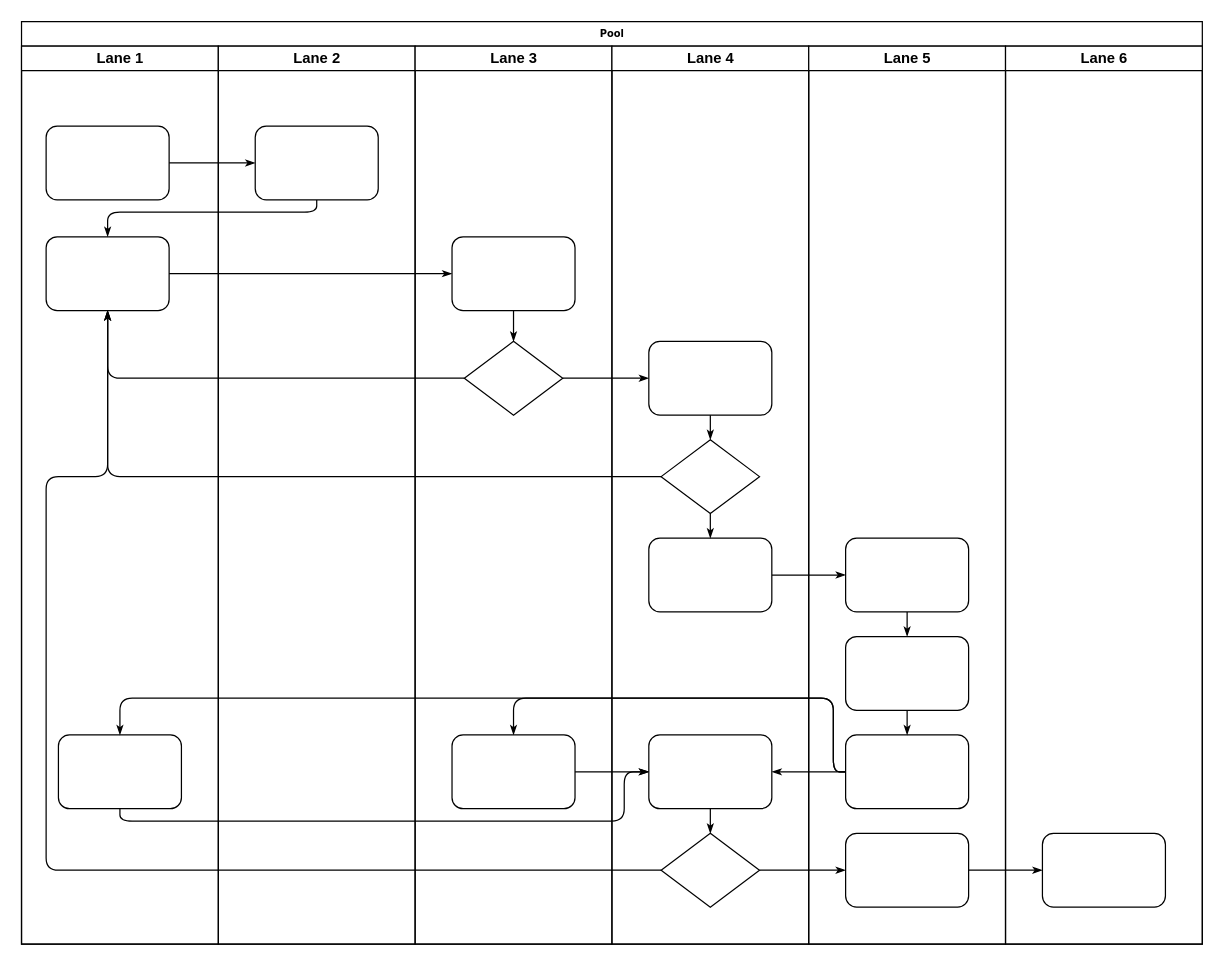
Earlier version of the draw.io diagram 业务流程图.drawio (wuxiao-web/graduationThesis). Source tidied: cells renumbered, new cells numbered last; positions are measured from the earlier drawing's top-left corner, leaving out a move shared by most shapes. Both pictures are drawn from the tidied source at 123%, with x=0, y=0 at pixel (21, 21).
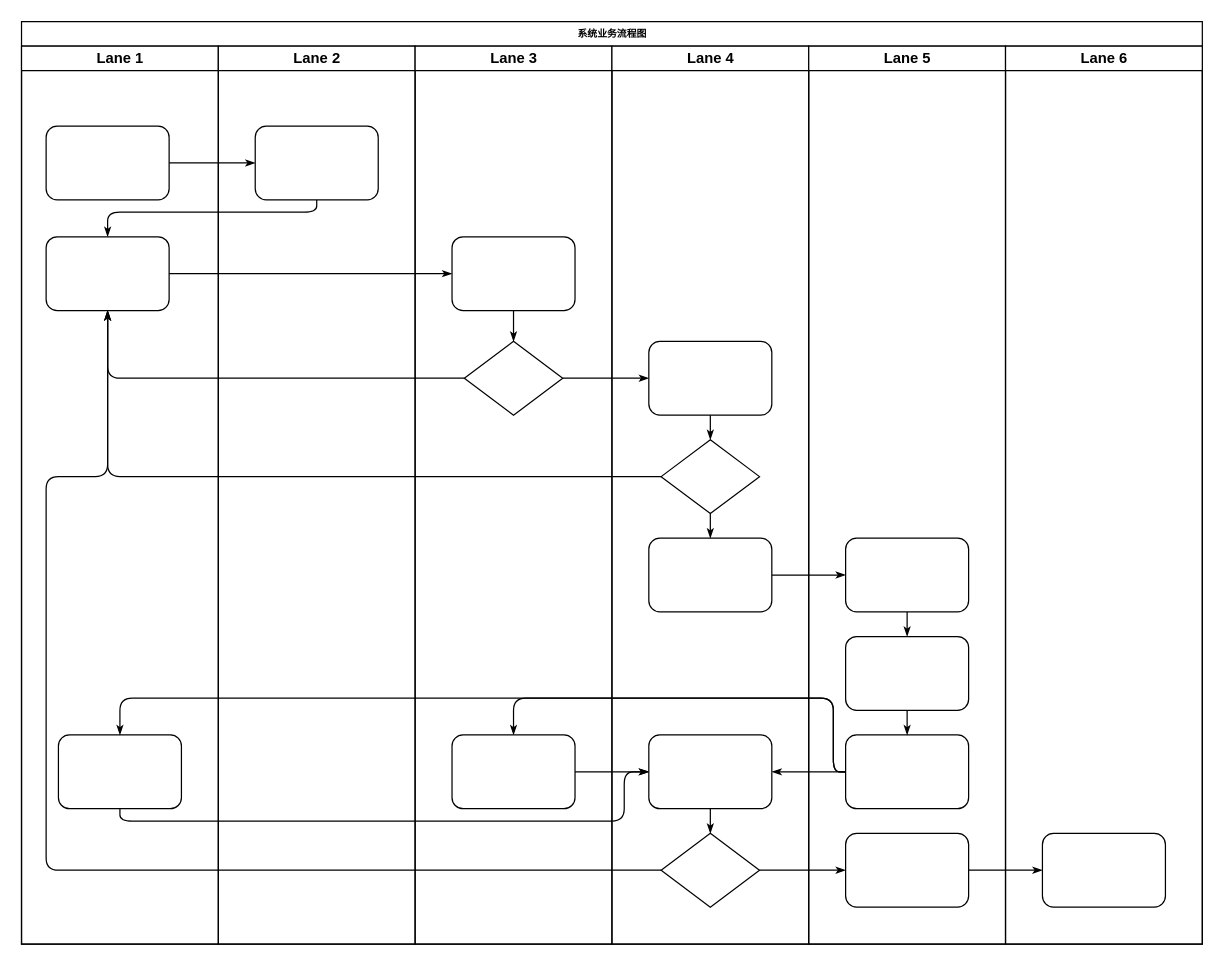
After the change.

Commit message:
更新业务流程图.drawio

Change to the diagram source:
```diff
@@
-    <mxCell id="2" value="Pool" style="swimlane;html=1;startSize=20;rounded=0;shadow=0;labelBackgroundColor=none;strokeWidth=1;fontFamily=Verdana;fontSize=8;align=center;" parent="1" vertex="1">
+    <mxCell id="2" value="系统业务流程图" style="swimlane;html=1;startSize=20;rounded=0;shadow=0;labelBackgroundColor=none;strokeWidth=1;fontFamily=Verdana;fontSize=8;align=center;" parent="1" vertex="1">
       <mxGeometry width="960" height="750" as="geometry" />
     </mxCell>
```
